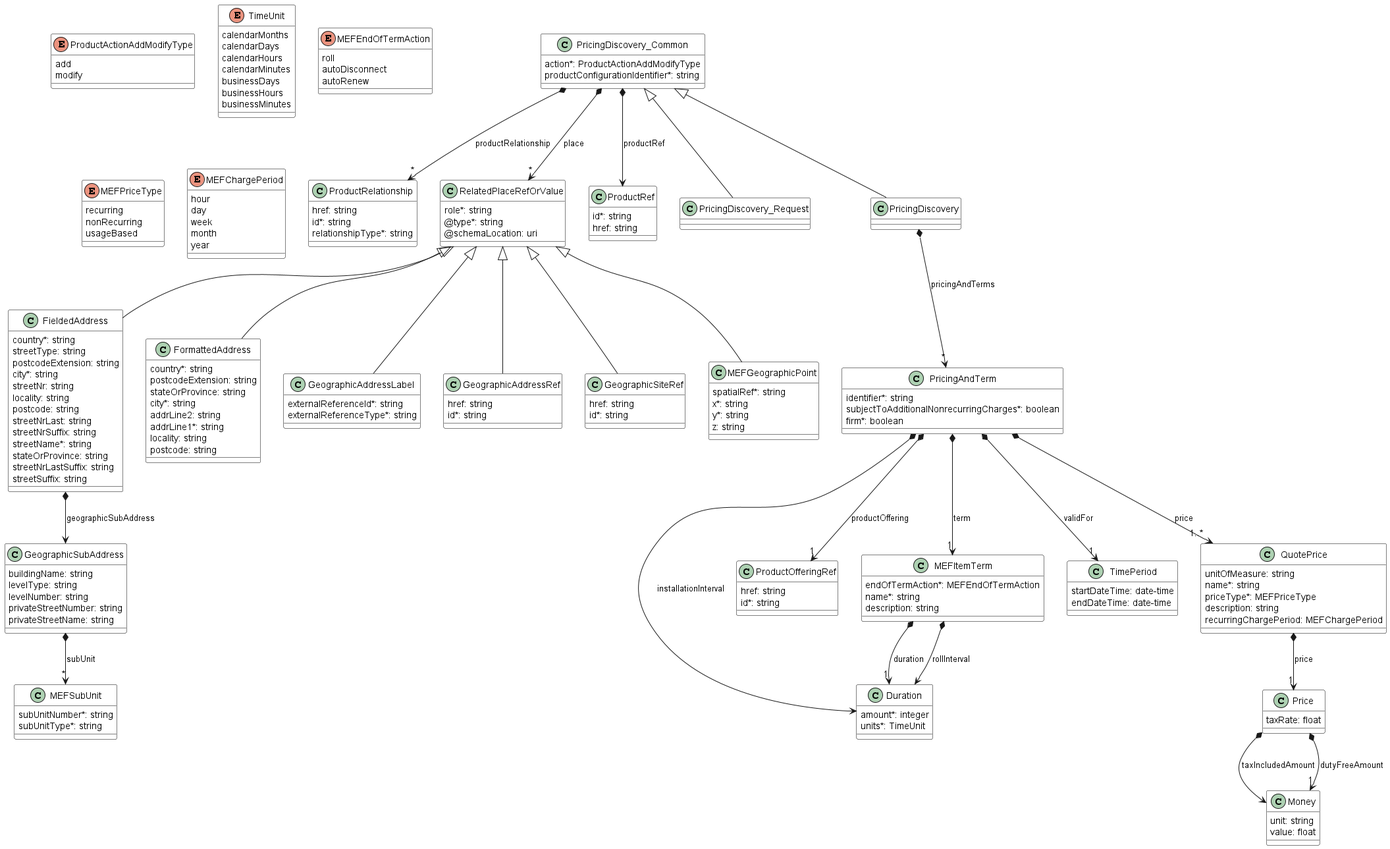
MEF-GIT/MEF-LSO-Sonata-SDK keeps this PlantUML diagram as documentation/productApi/availabilityAndPricingDiscovery/media/uc2model.png. Above is the earlier version.
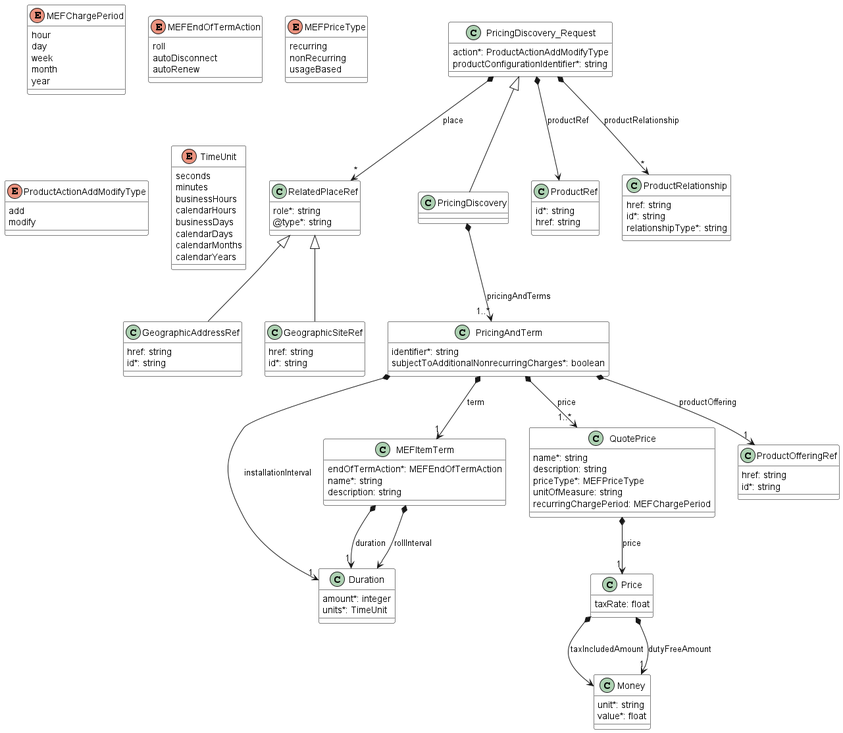
After the change.

What changed in the source:
```diff
@@ -3,23 +3,6 @@
     ClassBackgroundColor White
     ClassBorderColor Black
 }
-
-
-enum ProductActionAddModifyType {
-
-    add
-    modify
-}
-
-
-class ProductRelationship {
-
-    href: string
-    id*: string
-    relationshipType*: string
-}
-
-
 
 class Duration {
 
@@ -29,76 +12,13 @@
 
 
 
-enum TimeUnit {
-
-    calendarMonths
-    calendarDays
-    calendarHours
-    calendarMinutes
-    businessDays
-    businessHours
-    businessMinutes
-}
-class RelatedPlaceRefOrValue {
-
-    role*: string
-    @type*: string
-    @schemaLocation: uri
-}
-
-
-
-class FieldedAddress {
-
-    country*: string
-    streetType: string
-    postcodeExtension: string
-    city*: string
-    streetNr: string
-    locality: string
-    postcode: string
-    streetNrLast: string
-    streetNrSuffix: string
-    streetName*: string
-    stateOrProvince: string
-    streetNrLastSuffix: string
-    streetSuffix: string
-}
-RelatedPlaceRefOrValue <|-- FieldedAddress
-
-FieldedAddress *--> GeographicSubAddress : geographicSubAddress
-
-
-class FormattedAddress {
-
-    country*: string
-    postcodeExtension: string
-    stateOrProvince: string
-    city*: string
-    addrLine2: string
-    addrLine1*: string
-    locality: string
-    postcode: string
-}
-RelatedPlaceRefOrValue <|-- FormattedAddress
-
-
-
-class GeographicAddressLabel {
-
-    externalReferenceId*: string
-    externalReferenceType*: string
-}
-RelatedPlaceRefOrValue <|-- GeographicAddressLabel
-
-
 
 class GeographicAddressRef {
 
     href: string
     id*: string
 }
-RelatedPlaceRefOrValue <|-- GeographicAddressRef
+RelatedPlaceRef <|-- GeographicAddressRef
 
 
 
@@ -107,39 +27,94 @@
     href: string
     id*: string
 }
-RelatedPlaceRefOrValue <|-- GeographicSiteRef
+RelatedPlaceRef <|-- GeographicSiteRef
 
 
 
-class GeographicSubAddress {
+enum MEFChargePeriod {
 
-    buildingName: string
-    levelType: string
-    levelNumber: string
-    privateStreetNumber: string
-    privateStreetName: string
+    hour
+    day
+    week
+    month
+    year
+}
+enum MEFEndOfTermAction {
+
+    roll
+    autoDisconnect
+    autoRenew
+}
+class MEFItemTerm {
+
+    endOfTermAction*: MEFEndOfTermAction
+    name*: string
+    description: string
 }
 
-GeographicSubAddress *-->"*" MEFSubUnit : subUnit
+MEFItemTerm *-->"1" Duration : duration
+MEFItemTerm *--> Duration : rollInterval
 
 
-class MEFGeographicPoint {
+enum MEFPriceType {
 
-    spatialRef*: string
-    x*: string
-    y*: string
-    z: string
+    recurring
+    nonRecurring
+    usageBased
 }
-RelatedPlaceRefOrValue <|-- MEFGeographicPoint
+class Money {
+
+    unit*: string
+    value*: float
+}
 
 
 
-class MEFSubUnit {
+class Price {
 
-    subUnitNumber*: string
-    subUnitType*: string
+    taxRate: float
 }
 
+Price *--> Money : taxIncludedAmount
+Price *-->"1" Money : dutyFreeAmount
+
+
+class PricingAndTerm {
+
+    identifier*: string
+    subjectToAdditionalNonrecurringCharges*: boolean
+}
+
+PricingAndTerm *-->"1" Duration : installationInterval
+PricingAndTerm *-->"1" MEFItemTerm : term
+PricingAndTerm *-->"1..*" QuotePrice : price
+PricingAndTerm *-->"1" ProductOfferingRef : productOffering
+
+
+class PricingDiscovery {
+
+}
+PricingDiscovery_Request <|-- PricingDiscovery
+
+PricingDiscovery *-->"1..*" PricingAndTerm : pricingAndTerms
+
+
+class PricingDiscovery_Request {
+
+    action*: ProductActionAddModifyType
+    productConfigurationIdentifier*: string
+}
+
+PricingDiscovery_Request *--> ProductRef : productRef
+PricingDiscovery_Request *-->"*" ProductRelationship : productRelationship
+PricingDiscovery_Request *-->"*" RelatedPlaceRef : place
+
+
+enum ProductActionAddModifyType {
+
+    add
+    modify
+}
 
 class ProductOfferingRef {
 
@@ -157,111 +132,43 @@
 
 
 
-class PricingDiscovery_Common {
+class ProductRelationship {
 
-    action*: ProductActionAddModifyType
-    productConfigurationIdentifier*: string
+    href: string
+    id*: string
+    relationshipType*: string
 }
-
-PricingDiscovery_Common *--> ProductRef : productRef
-PricingDiscovery_Common *-->"*" ProductRelationship : productRelationship
-PricingDiscovery_Common *-->"*" RelatedPlaceRefOrValue : place
-
-
-class PricingDiscovery_Request {
-
-}
-PricingDiscovery_Common <|-- PricingDiscovery_Request
-
-
-
-class PricingDiscovery {
-
-}
-PricingDiscovery_Common <|-- PricingDiscovery
-
-PricingDiscovery *-->"*" PricingAndTerm : pricingAndTerms
-
-
-class PricingAndTerm {
-    identifier*: string
-    subjectToAdditionalNonrecurringCharges*: boolean
-    firm*: boolean
-}
-
-PricingAndTerm *-->"1" MEFItemTerm : term
-PricingAndTerm *-->"1" TimePeriod : validFor
-PricingAndTerm *-->"1..*" QuotePrice : price
-PricingAndTerm *--> Duration : installationInterval
-PricingAndTerm *-->"1" ProductOfferingRef : productOffering
-
-
-class MEFItemTerm {
-
-    endOfTermAction*: MEFEndOfTermAction
-    name*: string
-    description: string
-}
-
-MEFItemTerm *-->"1" Duration : duration
-MEFItemTerm *--> Duration : rollInterval
-
-
-enum MEFEndOfTermAction {
-
-    roll
-    autoDisconnect
-    autoRenew
-}
-class TimePeriod {
-
-    startDateTime: date-time
-    endDateTime: date-time
-}
-
 
 
 class QuotePrice {
 
+    name*: string
+    description: string
+    priceType*: MEFPriceType
     unitOfMeasure: string
-    name*: string
-    priceType*: MEFPriceType
-    description: string
     recurringChargePeriod: MEFChargePeriod
 }
 
 QuotePrice *-->"1" Price : price
 
 
-enum MEFPriceType {
+class RelatedPlaceRef {
 
-    recurring
-    nonRecurring
-    usageBased
-}
-enum MEFChargePeriod {
-
-    hour
-    day
-    week
-    month
-    year
-}
-class Price {
-
-    taxRate: float
-}
-
-Price *--> Money : taxIncludedAmount
-Price *-->"1" Money : dutyFreeAmount
-
-
-class Money {
-
-    unit: string
-    value: float
+    role*: string
+    @type*: string
 }
 
 
 
+enum TimeUnit {
+
+    seconds
+    minutes
+    businessHours
+    calendarHours
+    businessDays
+    calendarDays
+    calendarMonths
+    calendarYears
+}
 @enduml
```
